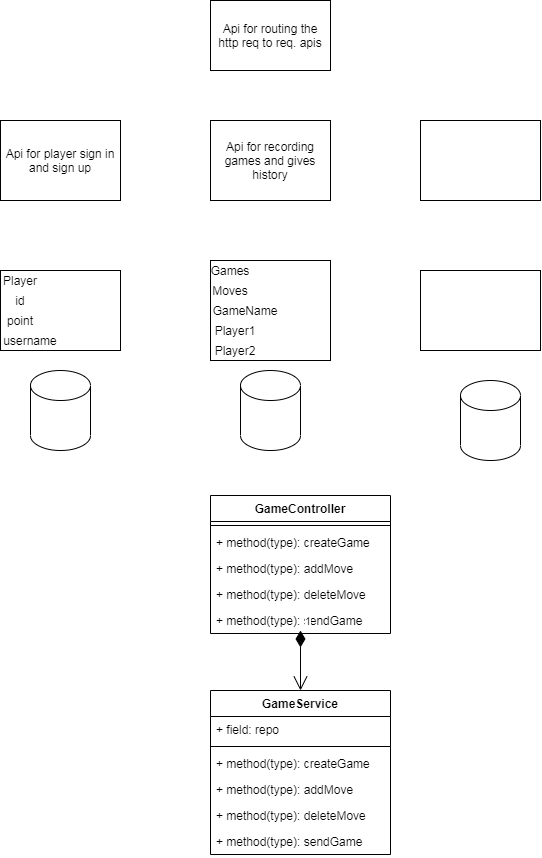
This is Service.png from emreisler/2DAndroidGame, a draw.io export, as it was before one commit. Source tidied: cells renumbered, new cells last; positions are measured from the earlier drawing's top-left corner, leaving out a move shared by most shapes.
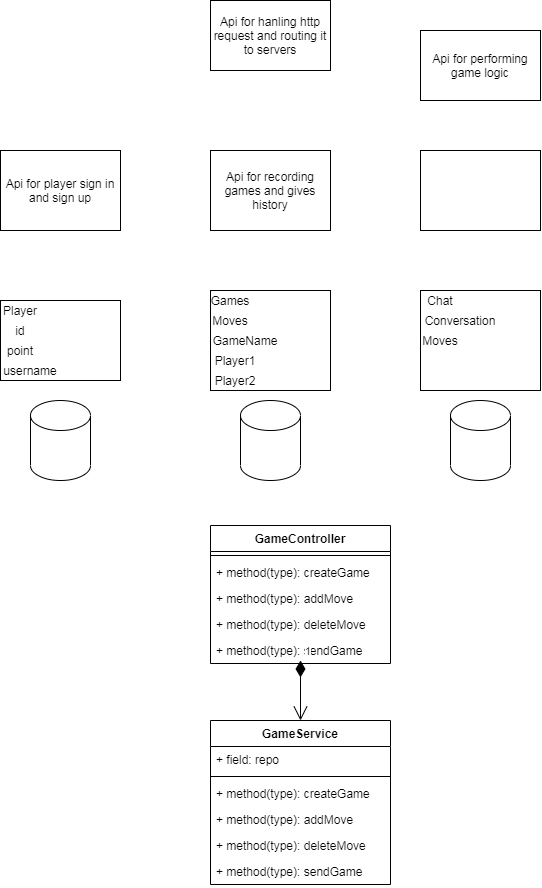
Above is the later version.

Change to the diagram source:
```diff
@@ -2,8 +2,8 @@
   <root>
     <mxCell id="0" />
     <mxCell id="1" parent="0" />
-    <mxCell id="2" value="Api for routing the http req to req. apis&lt;br&gt;" style="rounded=0;whiteSpace=wrap;html=1;" parent="1" vertex="1">
-      <mxGeometry x="210" width="120" height="70" as="geometry" />
+    <mxCell id="2" value="Api for performing game logic" style="rounded=0;whiteSpace=wrap;html=1;" parent="1" vertex="1">
+      <mxGeometry x="420" width="120" height="70" as="geometry" />
     </mxCell>
     <mxCell id="3" style="rounded=0;whiteSpace=wrap;html=1;" parent="1" vertex="1">
       <mxGeometry y="270" width="120" height="80" as="geometry" />
@@ -17,11 +17,8 @@
     <mxCell id="6" style="shape=cylinder3;whiteSpace=wrap;html=1;boundedLbl=1;backgroundOutline=1;size=15;" parent="1" vertex="1">
       <mxGeometry x="240" y="370" width="60" height="80" as="geometry" />
     </mxCell>
-    <mxCell id="7" style="rounded=0;whiteSpace=wrap;html=1;" parent="1" vertex="1">
-      <mxGeometry x="420" y="270" width="120" height="80" as="geometry" />
-    </mxCell>
     <mxCell id="8" style="shape=cylinder3;whiteSpace=wrap;html=1;boundedLbl=1;backgroundOutline=1;size=15;" parent="1" vertex="1">
-      <mxGeometry x="460" y="380" width="60" height="80" as="geometry" />
+      <mxGeometry x="450" y="370" width="60" height="80" as="geometry" />
     </mxCell>
     <mxCell id="9" value="Player" style="text;html=1;strokeColor=none;fillColor=none;align=center;verticalAlign=middle;whiteSpace=wrap;rounded=0;" parent="1" vertex="1">
       <mxGeometry y="270" width="40" height="20" as="geometry" />
@@ -106,5 +103,20 @@
         <mxPoint x="300" y="630" as="sourcePoint" />
       </mxGeometry>
     </mxCell>
+    <mxCell id="36" style="rounded=0;whiteSpace=wrap;html=1;" parent="1" vertex="1">
+      <mxGeometry x="420" y="260" width="120" height="100" as="geometry" />
+    </mxCell>
+    <mxCell id="37" value="Chat" style="text;html=1;strokeColor=none;fillColor=none;align=center;verticalAlign=middle;whiteSpace=wrap;rounded=0;" parent="1" vertex="1">
+      <mxGeometry x="420" y="260" width="40" height="20" as="geometry" />
+    </mxCell>
+    <mxCell id="38" value="Conversation" style="text;html=1;strokeColor=none;fillColor=none;align=center;verticalAlign=middle;whiteSpace=wrap;rounded=0;" parent="1" vertex="1">
+      <mxGeometry x="440" y="280" width="40" height="20" as="geometry" />
+    </mxCell>
+    <mxCell id="39" value="Moves" style="text;html=1;strokeColor=none;fillColor=none;align=center;verticalAlign=middle;whiteSpace=wrap;rounded=0;" parent="1" vertex="1">
+      <mxGeometry x="420" y="300" width="40" height="20" as="geometry" />
+    </mxCell>
+    <mxCell id="40" value="Api for hanling http request and routing it to servers" style="rounded=0;whiteSpace=wrap;html=1;" parent="1" vertex="1">
+      <mxGeometry x="210" y="-30" width="120" height="70" as="geometry" />
+    </mxCell>
   </root>
 </mxGraphModel>
```
